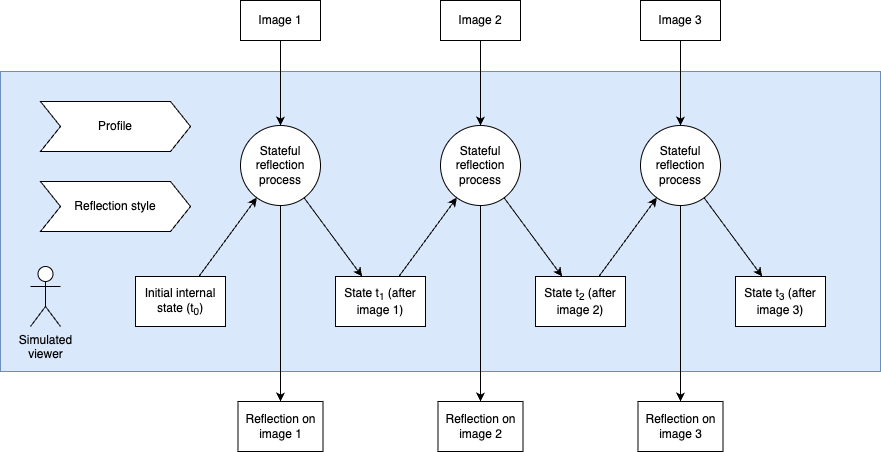
This is docs/architecture.png from fredericbenard/stateful-viewers, a draw.io export, as it was before one commit. Source tidied: cells renumbered, new cells last; positions are measured from the earlier drawing's top-left corner, leaving out a move shared by most shapes.
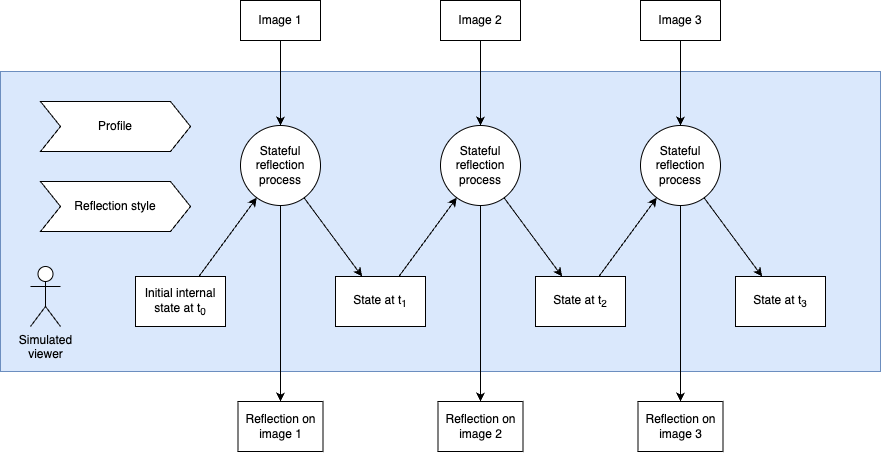
After the change.

The edit, as a diff of the source:
```diff
@@ -5,16 +5,16 @@
     <mxCell id="2" style="rounded=0;whiteSpace=wrap;html=1;fillColor=#dae8fc;strokeColor=#6c8ebf;" parent="1" vertex="1">
       <mxGeometry y="71" width="880" height="300" as="geometry" />
     </mxCell>
-    <mxCell id="3" value="Initial internal state (t&lt;sub&gt;0&lt;/sub&gt;)" style="rounded=0;whiteSpace=wrap;html=1;" parent="1" vertex="1">
+    <mxCell id="3" value="Initial internal state at t&lt;sub&gt;0&lt;/sub&gt;" style="rounded=0;whiteSpace=wrap;html=1;" parent="1" vertex="1">
       <mxGeometry x="135" y="276" width="90" height="50" as="geometry" />
     </mxCell>
-    <mxCell id="4" value="State t&lt;sub&gt;1&lt;/sub&gt;&amp;nbsp;(after image 1)" style="rounded=0;whiteSpace=wrap;html=1;" parent="1" vertex="1">
+    <mxCell id="4" value="State at t&lt;sub&gt;1&lt;/sub&gt;" style="rounded=0;whiteSpace=wrap;html=1;" parent="1" vertex="1">
       <mxGeometry x="335" y="276" width="90" height="50" as="geometry" />
     </mxCell>
-    <mxCell id="5" value="State t&lt;sub&gt;2&lt;/sub&gt;&amp;nbsp;(after image 2)" style="rounded=0;whiteSpace=wrap;html=1;" parent="1" vertex="1">
+    <mxCell id="5" value="State at t&lt;sub&gt;2&lt;/sub&gt;" style="rounded=0;whiteSpace=wrap;html=1;" parent="1" vertex="1">
       <mxGeometry x="535" y="276" width="90" height="50" as="geometry" />
     </mxCell>
-    <mxCell id="6" value="State t&lt;sub&gt;3&lt;/sub&gt;&amp;nbsp;(after image 3)" style="rounded=0;whiteSpace=wrap;html=1;" parent="1" vertex="1">
+    <mxCell id="6" value="State at t&lt;sub&gt;3&lt;/sub&gt;" style="rounded=0;whiteSpace=wrap;html=1;" parent="1" vertex="1">
       <mxGeometry x="735" y="276" width="90" height="50" as="geometry" />
     </mxCell>
     <mxCell id="7" value="Simulated&lt;br&gt;viewer" style="shape=umlActor;verticalLabelPosition=bottom;verticalAlign=top;html=1;" parent="1" vertex="1">
```
